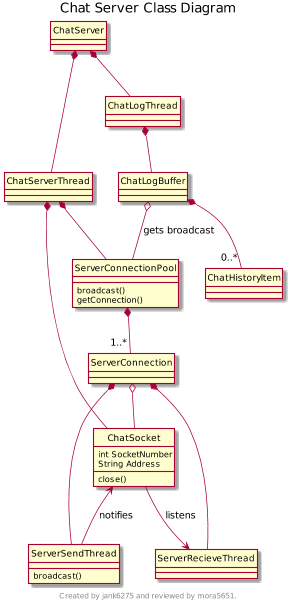
The PlantUML diagram Deliverables/Master Requirements Specification/diagrams/class-communication-server.png in uidaho/cs383, before a commit.
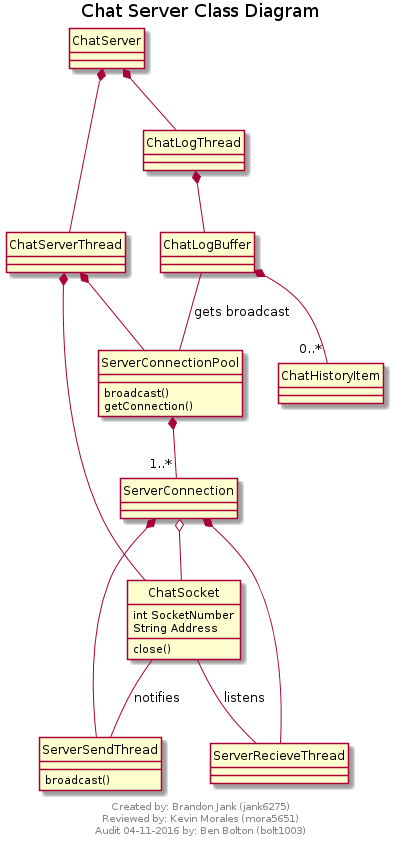
Above is the later version.

Change to the diagram source:
```diff
@@ -1,9 +1,14 @@
 @startuml
-scale max 800*600
+scale max 700 width
 title Chat Server Class Diagram
+
+
 footer
-Created by jank6275 and reviewed by mora5651.
+Created by: Brandon Jank (jank6275)
+Reviewed by: Kevin Morales (mora5651)
+Audit 04-11-2016 by: Ben Bolton (bolt1003)
 endfooter
+
 hide circle
 
 ChatServer *-- ChatServerThread
@@ -14,15 +19,15 @@
 
 ChatLogThread *-- ChatLogBuffer
 ChatLogBuffer *--"0..*" ChatHistoryItem
-ChatLogBuffer o-- ServerConnectionPool : gets broadcast
+ChatLogBuffer -- ServerConnectionPool : gets broadcast
 
 ServerConnectionPool *--"1..*" ServerConnection
 ServerConnection *-- ServerSendThread
 ServerConnection *-- ServerRecieveThread
 ServerConnection o-- ChatSocket
 
-ChatSocket <-- ServerSendThread : notifies
-ChatSocket --> ServerRecieveThread : listens
+ChatSocket -- ServerSendThread : notifies
+ChatSocket -- ServerRecieveThread : listens
 
 class ChatSocket {
     int SocketNumber
```
